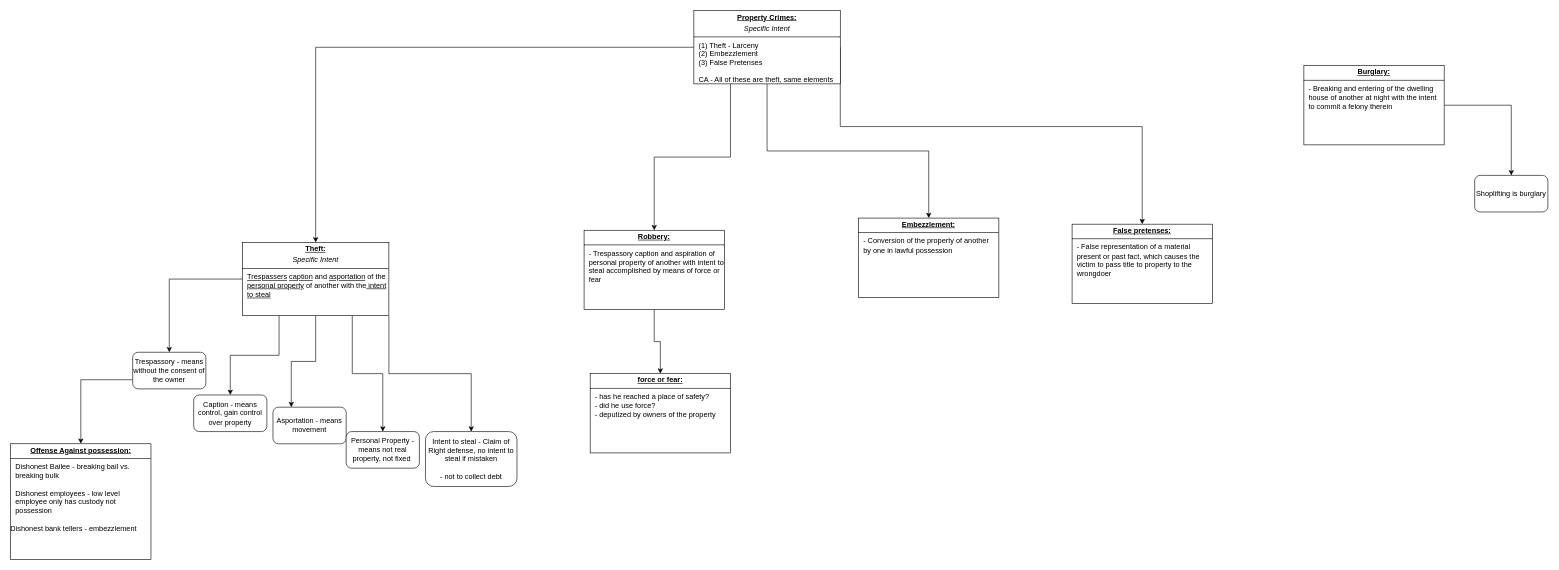
The draw.io diagram page "Property Crimes" (5 of 5) of Crim.drawio in Jdcruz831/law-school, before the edit. Source tidied: cells renumbered, new cells numbered last; positions are measured from the earlier drawing's top-left corner, leaving out a move shared by most shapes. Both pictures are drawn from the tidied source at 61%, with x=0, y=0 at pixel (10, 10).
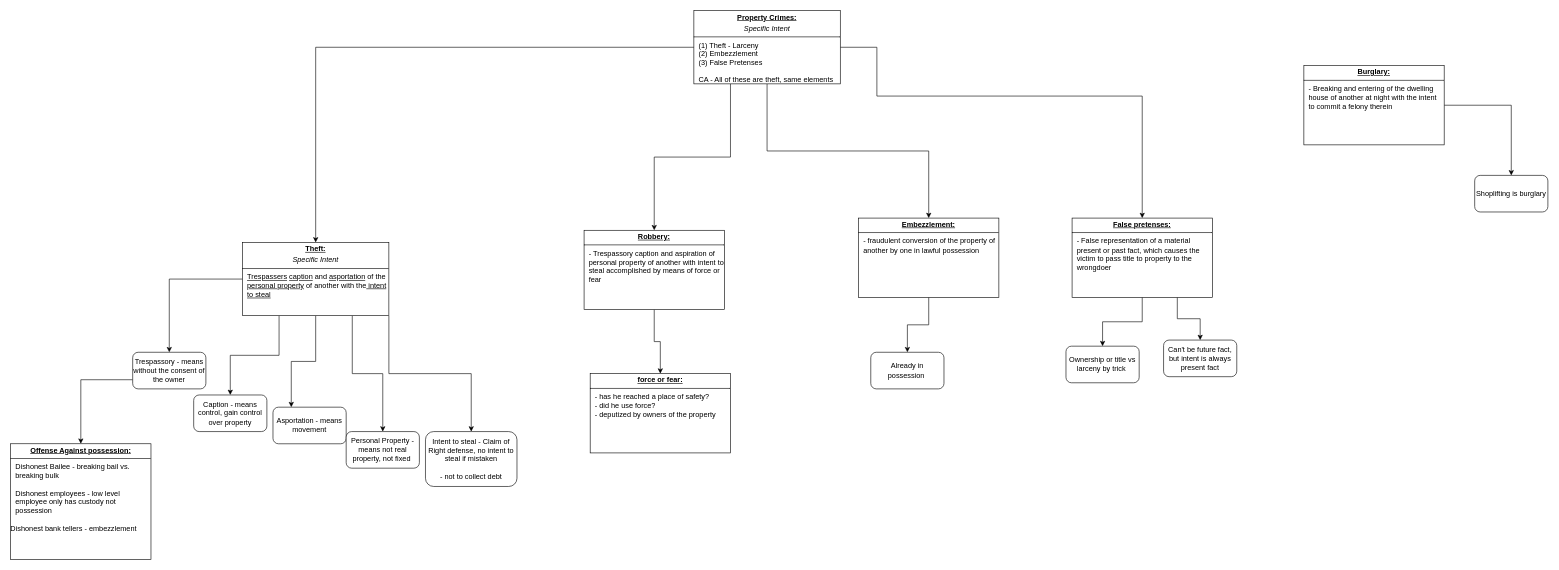
Above is the later version.

Unchanged cells that the change refers to:
```xml
<mxCell id="6" value="&lt;p style=&quot;text-align: center; margin: 4px 0px 0px;&quot;&gt;&lt;span style=&quot;text-align: left;&quot;&gt;&lt;b&gt;&lt;u&gt;Property Crimes&lt;/u&gt;&lt;/b&gt;&lt;/span&gt;&lt;b style=&quot;text-decoration: underline;&quot;&gt;:&lt;/b&gt;&lt;/p&gt;&lt;p style=&quot;text-align: center; margin: 4px 0px 0px;&quot;&gt;&lt;i&gt;Specific Intent&lt;/i&gt;&lt;/p&gt;&lt;hr size=&quot;1&quot; style=&quot;border-style:solid;&quot;&gt;&lt;p style=&quot;margin:0px;margin-left:8px;&quot;&gt;(1) Theft - Larceny&amp;nbsp;&lt;/p&gt;&lt;p style=&quot;margin:0px;margin-left:8px;&quot;&gt;&lt;span style=&quot;white-space: pre;&quot;&gt;(2) Embezzlement&lt;/span&gt;&lt;/p&gt;&lt;p style=&quot;margin:0px;margin-left:8px;&quot;&gt;&lt;span style=&quot;white-space: pre;&quot;&gt;(3) False Pretenses&lt;/span&gt;&lt;/p&gt;&lt;p style=&quot;margin:0px;margin-left:8px;&quot;&gt;&lt;span style=&quot;white-space: pre;&quot;&gt;&lt;br&gt;&lt;/span&gt;&lt;/p&gt;&lt;p style=&quot;margin:0px;margin-left:8px;&quot;&gt;&lt;span style=&quot;white-space: pre;&quot;&gt;CA - All of these are theft, same elements &lt;/span&gt;&lt;/p&gt;&lt;p style=&quot;margin:0px;margin-left:8px;&quot;&gt;&lt;br&gt;&lt;/p&gt;&lt;div&gt;&lt;br&gt;&lt;/div&gt;" style="verticalAlign=top;align=left;overflow=fill;html=1;whiteSpace=wrap;" parent="1" vertex="1">
  <mxGeometry x="1120" width="240" height="120" as="geometry" />
</mxCell>
```

What changed in the source:
```diff
@@
-    <mxCell id="3" style="edgeStyle=orthogonalEdgeStyle;rounded=0;jettySize=auto;html=1;exitX=0.5;exitY=1;exitDx=0;exitDy=0;" parent="1" edge="1" source="6" target="18">
-      <mxGeometry relative="1" as="geometry" />
-    </mxCell>
+    <mxCell id="28" style="edgeStyle=orthogonalEdgeStyle;rounded=0;jettySize=auto;html=1;exitX=0.5;exitY=1;exitDx=0;exitDy=0;" parent="1" edge="1" source="6" target="30">
+      <mxGeometry relative="1" as="geometry" />
+    </mxCell>
     <mxCell id="4" style="edgeStyle=orthogonalEdgeStyle;rounded=0;jettySize=auto;html=1;exitX=1;exitY=0.5;exitDx=0;exitDy=0;" parent="1" edge="1" source="6" target="19">
       <mxGeometry relative="1" as="geometry">
         <Array as="points">
-          <mxPoint x="1360" y="190" />
-          <mxPoint x="1855" y="190" />
+          <mxPoint x="1420" y="60" />
+          <mxPoint x="1420" y="140" />
+          <mxPoint x="1855" y="140" />
         </Array>
       </mxGeometry>
     </mxCell>
@@
-    <mxCell id="18" value="&lt;p style=&quot;margin:0px;margin-top:4px;text-align:center;text-decoration:underline;&quot;&gt;&lt;b&gt;Embezzlement:&lt;/b&gt;&lt;/p&gt;&lt;hr size=&quot;1&quot; style=&quot;border-style:solid;&quot;&gt;&lt;p style=&quot;margin:0px;margin-left:8px;&quot;&gt;- Conversion of the property of another by one in lawful possession&lt;/p&gt;" style="verticalAlign=top;align=left;overflow=fill;html=1;whiteSpace=wrap;" parent="1" vertex="1">
-      <mxGeometry x="1390" y="340" width="230" height="130" as="geometry" />
-    </mxCell>
+    <mxCell id="29" style="edgeStyle=orthogonalEdgeStyle;rounded=0;jettySize=auto;html=1;exitX=0.5;exitY=1;exitDx=0;exitDy=0;" parent="1" edge="1" source="30" target="35">
+      <mxGeometry relative="1" as="geometry" />
+    </mxCell>
+    <mxCell id="30" value="&lt;p style=&quot;margin:0px;margin-top:4px;text-align:center;text-decoration:underline;&quot;&gt;&lt;b&gt;Embezzlement:&lt;/b&gt;&lt;/p&gt;&lt;hr size=&quot;1&quot; style=&quot;border-style:solid;&quot;&gt;&lt;p style=&quot;margin:0px;margin-left:8px;&quot;&gt;- fraudulent conversion of the property of another by one in lawful possession&lt;/p&gt;" style="verticalAlign=top;align=left;overflow=fill;html=1;whiteSpace=wrap;" parent="1" vertex="1">
+      <mxGeometry x="1390" y="340" width="230" height="130" as="geometry" />
+    </mxCell>
+    <mxCell id="31" style="edgeStyle=orthogonalEdgeStyle;rounded=0;jettySize=auto;html=1;exitX=0.5;exitY=1;exitDx=0;exitDy=0;" parent="1" edge="1" source="19" target="33">
+      <mxGeometry relative="1" as="geometry" />
+    </mxCell>
+    <mxCell id="32" style="edgeStyle=orthogonalEdgeStyle;rounded=0;jettySize=auto;html=1;exitX=0.75;exitY=1;exitDx=0;exitDy=0;" parent="1" edge="1" source="19" target="34">
+      <mxGeometry relative="1" as="geometry" />
+    </mxCell>
     <mxCell id="19" value="&lt;p style=&quot;margin:0px;margin-top:4px;text-align:center;text-decoration:underline;&quot;&gt;&lt;b&gt;False pretenses:&lt;/b&gt;&lt;/p&gt;&lt;hr size=&quot;1&quot; style=&quot;border-style:solid;&quot;&gt;&lt;p style=&quot;margin:0px;margin-left:8px;&quot;&gt;- False representation of a material present or past fact, which causes the victim to pass title to property to the wrongdoer&lt;/p&gt;" style="verticalAlign=top;align=left;overflow=fill;html=1;whiteSpace=wrap;" parent="1" vertex="1">
-      <mxGeometry x="1740" y="350" width="230" height="130" as="geometry" />
+      <mxGeometry x="1740" y="340" width="230" height="130" as="geometry" />
     </mxCell>
@@
+    <mxCell id="33" value="Ownership or title vs larceny by trick&amp;nbsp;" style="rounded=1;whiteSpace=wrap;html=1;" parent="1" vertex="1">
+      <mxGeometry x="1730" y="550" width="120" height="60" as="geometry" />
+    </mxCell>
+    <mxCell id="34" value="Can't be future fact, but intent is always present fact" style="rounded=1;whiteSpace=wrap;html=1;" parent="1" vertex="1">
+      <mxGeometry x="1890" y="540" width="120" height="60" as="geometry" />
+    </mxCell>
+    <mxCell id="35" value="Already in possession&amp;nbsp;" style="rounded=1;whiteSpace=wrap;html=1;" parent="1" vertex="1">
+      <mxGeometry x="1410" y="560" width="120" height="60" as="geometry" />
+    </mxCell>
```
